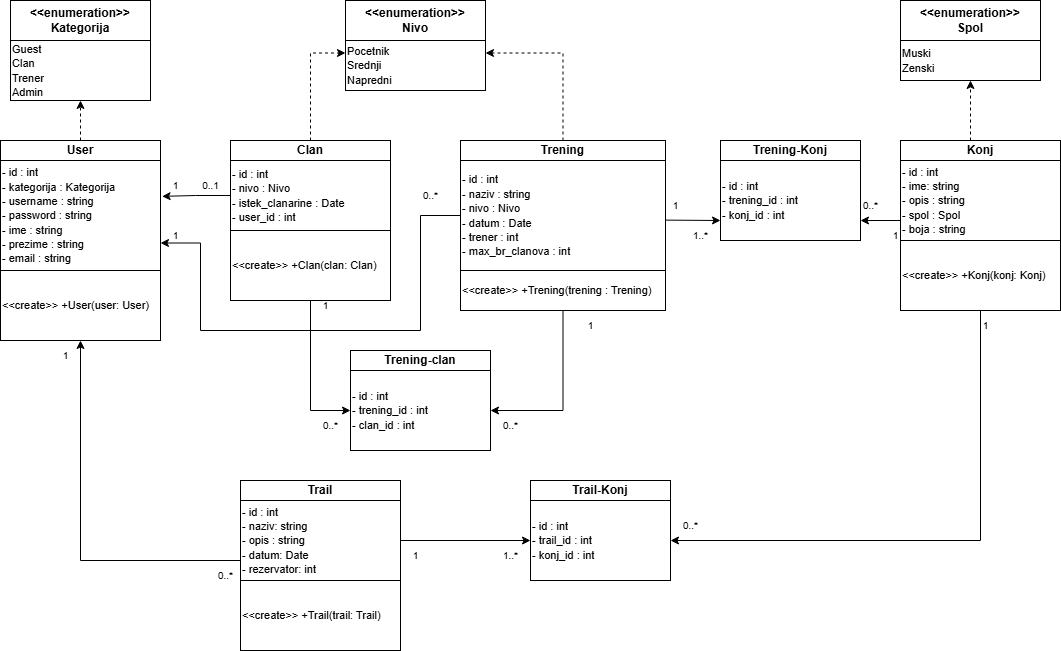
Above: Dokumentacija/Dijagram klasa.png in ooad-2024-2025/Grupa4-Tim1 (draw.io), before the change. Source tidied: cells renumbered, new cells last; positions are measured from the earlier drawing's top-left corner, leaving out a move shared by most shapes.
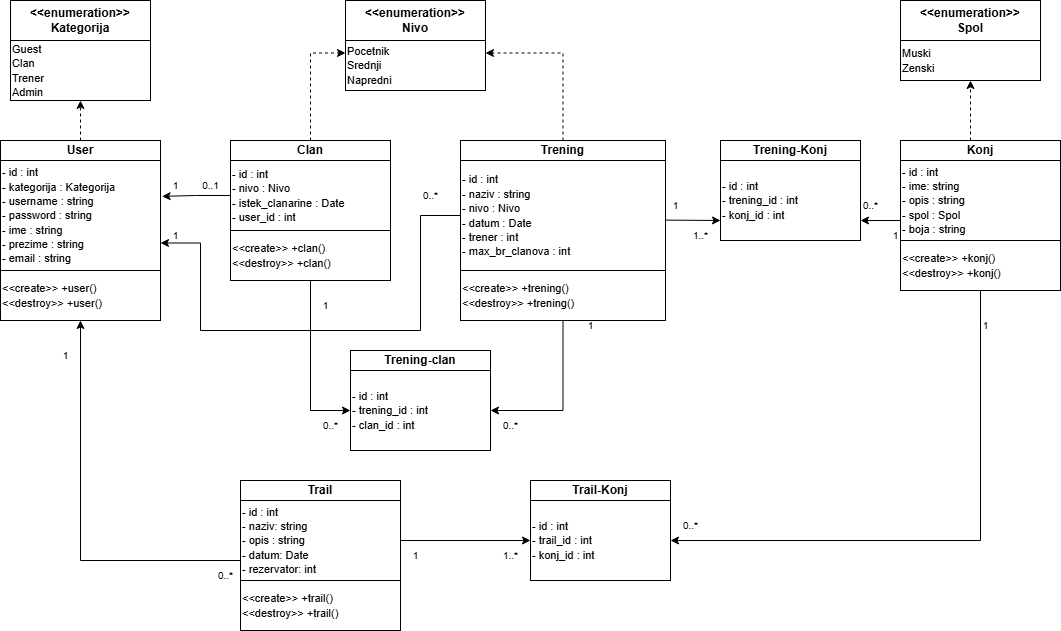
The same file after the commit.

What changed in the source:
```diff
@@ -8,8 +8,8 @@
     <mxCell id="3" value="&lt;font style=&quot;font-size: 11px;&quot;&gt;- id : int&lt;/font&gt;&lt;div&gt;&lt;font style=&quot;font-size: 11px;&quot;&gt;- kategorija : Kategorija&lt;/font&gt;&lt;/div&gt;&lt;div&gt;&lt;font style=&quot;font-size: 11px;&quot;&gt;- username : string&lt;/font&gt;&lt;/div&gt;&lt;div&gt;&lt;font style=&quot;font-size: 11px;&quot;&gt;- password : string&lt;/font&gt;&lt;/div&gt;&lt;div&gt;&lt;font style=&quot;font-size: 11px;&quot;&gt;- ime : string&lt;/font&gt;&lt;/div&gt;&lt;div&gt;&lt;font style=&quot;font-size: 11px;&quot;&gt;- prezime : string&lt;/font&gt;&lt;/div&gt;&lt;div&gt;&lt;font style=&quot;font-size: 11px;&quot;&gt;- email : string&lt;/font&gt;&lt;/div&gt;" style="rounded=0;whiteSpace=wrap;html=1;fillColor=none;align=left;" parent="1" vertex="1">
       <mxGeometry y="160" width="160" height="110" as="geometry" />
     </mxCell>
-    <mxCell id="4" value="&lt;span style=&quot;font-size: 11px;&quot;&gt;&amp;lt;&amp;lt;create&amp;gt;&amp;gt; +User(user: User)&lt;/span&gt;" style="rounded=0;whiteSpace=wrap;html=1;fillColor=none;align=left;" parent="1" vertex="1">
-      <mxGeometry y="270" width="160" height="70" as="geometry" />
+    <mxCell id="4" value="&lt;span style=&quot;font-size: 11px;&quot;&gt;&amp;lt;&amp;lt;create&amp;gt;&amp;gt; +user()&lt;br&gt;&amp;lt;&amp;lt;destroy&amp;gt;&amp;gt; +user()&lt;/span&gt;" style="rounded=0;whiteSpace=wrap;html=1;fillColor=none;align=left;" parent="1" vertex="1">
+      <mxGeometry y="270" width="160" height="50" as="geometry" />
     </mxCell>
     <mxCell id="5" value="&lt;b&gt;&amp;lt;&amp;lt;enumeration&amp;gt;&amp;gt;&lt;/b&gt;&lt;div&gt;&lt;b&gt;Kategorija&lt;/b&gt;&lt;/div&gt;" style="rounded=0;whiteSpace=wrap;html=1;fillColor=none;" parent="1" vertex="1">
       <mxGeometry x="10" width="140" height="40" as="geometry" />
@@ -32,8 +32,8 @@
     <mxCell id="11" style="edgeStyle=orthogonalEdgeStyle;rounded=0;jettySize=auto;html=1;entryX=0;entryY=0.5;entryDx=0;entryDy=0;" parent="1" edge="1" source="12" target="55">
       <mxGeometry relative="1" as="geometry" />
     </mxCell>
-    <mxCell id="12" value="&lt;span style=&quot;font-size: 11px;&quot;&gt;&amp;lt;&amp;lt;create&amp;gt;&amp;gt; +Clan(clan: Clan)&lt;/span&gt;" style="rounded=0;whiteSpace=wrap;html=1;fillColor=none;align=left;" parent="1" vertex="1">
-      <mxGeometry x="230" y="230" width="160" height="70" as="geometry" />
+    <mxCell id="12" value="&lt;span style=&quot;font-size: 11px;&quot;&gt;&amp;lt;&amp;lt;create&amp;gt;&amp;gt; +clan()&lt;/span&gt;&lt;br style=&quot;font-size: 11px;&quot;&gt;&lt;span style=&quot;font-size: 11px;&quot;&gt;&amp;lt;&amp;lt;destroy&amp;gt;&amp;gt; +clan()&lt;/span&gt;" style="rounded=0;whiteSpace=wrap;html=1;fillColor=none;align=left;" parent="1" vertex="1">
+      <mxGeometry x="230" y="230" width="160" height="50" as="geometry" />
     </mxCell>
     <mxCell id="13" value="&lt;b&gt;&amp;lt;&amp;lt;enumeration&amp;gt;&amp;gt;&lt;/b&gt;&lt;div&gt;&lt;b&gt;Nivo&lt;/b&gt;&lt;/div&gt;" style="rounded=0;whiteSpace=wrap;html=1;fillColor=none;" parent="1" vertex="1">
       <mxGeometry x="345" width="140" height="40" as="geometry" />
@@ -56,8 +56,8 @@
     <mxCell id="19" style="edgeStyle=orthogonalEdgeStyle;rounded=0;jettySize=auto;html=1;entryX=1;entryY=0.5;entryDx=0;entryDy=0;exitX=0.5;exitY=1;exitDx=0;exitDy=0;" parent="1" edge="1" source="20" target="30">
       <mxGeometry relative="1" as="geometry" />
     </mxCell>
-    <mxCell id="20" value="&lt;span style=&quot;font-size: 11px;&quot;&gt;&amp;lt;&amp;lt;create&amp;gt;&amp;gt; +Konj(konj: Konj)&lt;/span&gt;" style="rounded=0;whiteSpace=wrap;html=1;fillColor=none;align=left;" parent="1" vertex="1">
-      <mxGeometry x="900" y="240" width="160" height="70" as="geometry" />
+    <mxCell id="20" value="&lt;span style=&quot;font-size: 11px;&quot;&gt;&amp;lt;&amp;lt;create&amp;gt;&amp;gt; +konj()&lt;/span&gt;&lt;br style=&quot;font-size: 11px;&quot;&gt;&lt;span style=&quot;font-size: 11px;&quot;&gt;&amp;lt;&amp;lt;destroy&amp;gt;&amp;gt; +konj()&lt;/span&gt;" style="rounded=0;whiteSpace=wrap;html=1;fillColor=none;align=left;" parent="1" vertex="1">
+      <mxGeometry x="900" y="240" width="160" height="50" as="geometry" />
     </mxCell>
     <mxCell id="21" value="&lt;b&gt;&amp;lt;&amp;lt;enumeration&amp;gt;&amp;gt;&lt;/b&gt;&lt;div&gt;&lt;b&gt;Spol&lt;/b&gt;&lt;/div&gt;" style="rounded=0;whiteSpace=wrap;html=1;fillColor=none;" parent="1" vertex="1">
       <mxGeometry x="900" width="140" height="40" as="geometry" />
@@ -86,8 +86,8 @@
     <mxCell id="27" value="&lt;font style=&quot;font-size: 11px;&quot;&gt;- id : int&lt;/font&gt;&lt;div&gt;&lt;font style=&quot;font-size: 11px;&quot;&gt;- naziv: string&lt;/font&gt;&lt;/div&gt;&lt;div&gt;&lt;font style=&quot;font-size: 11px;&quot;&gt;- opis : string&lt;/font&gt;&lt;/div&gt;&lt;div&gt;&lt;font style=&quot;font-size: 11px;&quot;&gt;- datum: Date&lt;/font&gt;&lt;/div&gt;&lt;div&gt;&lt;font style=&quot;font-size: 11px;&quot;&gt;- rezervator: int&lt;/font&gt;&lt;/div&gt;" style="rounded=0;whiteSpace=wrap;html=1;fillColor=none;align=left;" parent="1" vertex="1">
       <mxGeometry x="240" y="500" width="160" height="80" as="geometry" />
     </mxCell>
-    <mxCell id="28" value="&lt;span style=&quot;font-size: 11px;&quot;&gt;&amp;lt;&amp;lt;create&amp;gt;&amp;gt; +Trail(trail: Trail)&lt;/span&gt;" style="rounded=0;whiteSpace=wrap;html=1;fillColor=none;align=left;" parent="1" vertex="1">
-      <mxGeometry x="240" y="580" width="160" height="70" as="geometry" />
+    <mxCell id="28" value="&lt;span style=&quot;font-size: 11px;&quot;&gt;&amp;lt;&amp;lt;create&amp;gt;&amp;gt; +trail()&lt;/span&gt;&lt;br style=&quot;font-size: 11px;&quot;&gt;&lt;span style=&quot;font-size: 11px;&quot;&gt;&amp;lt;&amp;lt;destroy&amp;gt;&amp;gt; +trail()&lt;/span&gt;" style="rounded=0;whiteSpace=wrap;html=1;fillColor=none;align=left;" parent="1" vertex="1">
+      <mxGeometry x="240" y="580" width="160" height="50" as="geometry" />
     </mxCell>
     <mxCell id="29" value="&lt;b&gt;Trail-Konj&lt;/b&gt;" style="rounded=0;whiteSpace=wrap;html=1;fillColor=none;" parent="1" vertex="1">
       <mxGeometry x="530" y="480" width="140" height="20" as="geometry" />
@@ -138,8 +138,8 @@
     <mxCell id="42" style="edgeStyle=orthogonalEdgeStyle;rounded=0;jettySize=auto;html=1;entryX=1;entryY=0.5;entryDx=0;entryDy=0;" parent="1" edge="1" source="43" target="55">
       <mxGeometry relative="1" as="geometry" />
     </mxCell>
-    <mxCell id="43" value="&lt;font style=&quot;font-size: 11px;&quot;&gt;&amp;lt;&amp;lt;create&amp;gt;&amp;gt; +Trening(trening : Trening)&lt;/font&gt;" style="rounded=0;whiteSpace=wrap;html=1;fillColor=none;align=left;" parent="1" vertex="1">
-      <mxGeometry x="460" y="270" width="205" height="40" as="geometry" />
+    <mxCell id="43" value="&lt;span style=&quot;font-size: 11px;&quot;&gt;&amp;lt;&amp;lt;create&amp;gt;&amp;gt; +trening()&lt;/span&gt;&lt;br style=&quot;font-size: 11px;&quot;&gt;&lt;span style=&quot;font-size: 11px;&quot;&gt;&amp;lt;&amp;lt;destroy&amp;gt;&amp;gt; +trening()&lt;/span&gt;" style="rounded=0;whiteSpace=wrap;html=1;fillColor=none;align=left;" parent="1" vertex="1">
+      <mxGeometry x="460" y="270" width="205" height="50" as="geometry" />
     </mxCell>
     <mxCell id="44" value="0..*" style="text;html=1;align=center;verticalAlign=middle;strokeColor=none;fillColor=none;fontSize=10;" parent="1" vertex="1">
       <mxGeometry x="410" y="180" width="40" height="30" as="geometry" />
```
